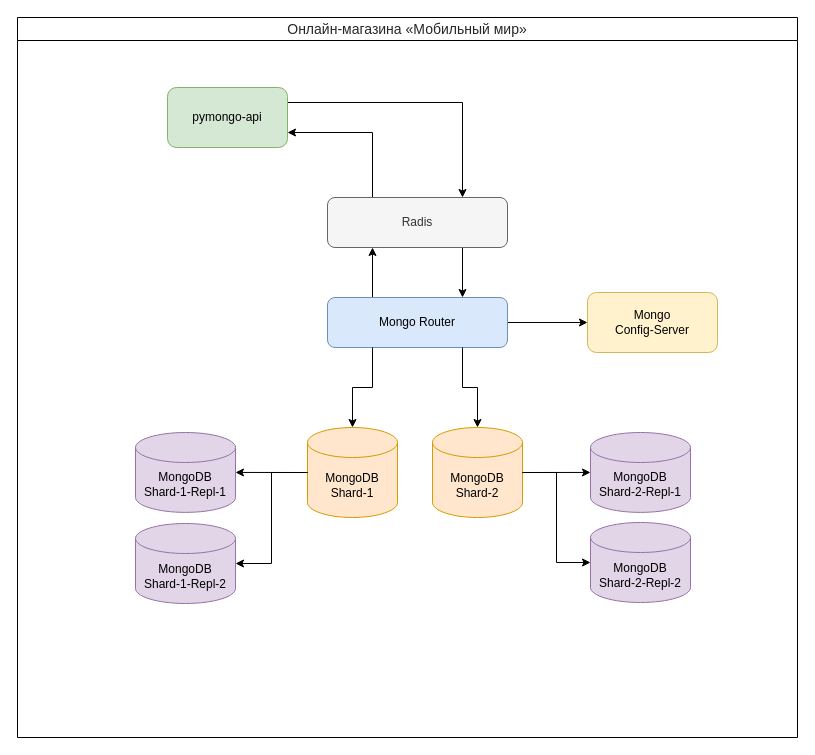
Earlier version of the draw.io diagram schemes/task1_step3.drawio (ai-rogachev/architecture-black_friday). Source tidied: cells renumbered, new cells numbered last; positions are measured from the earlier drawing's top-left corner, leaving out a move shared by most shapes. Both pictures are drawn from the tidied source at 100%, with x=0, y=0 at pixel (17, 17).
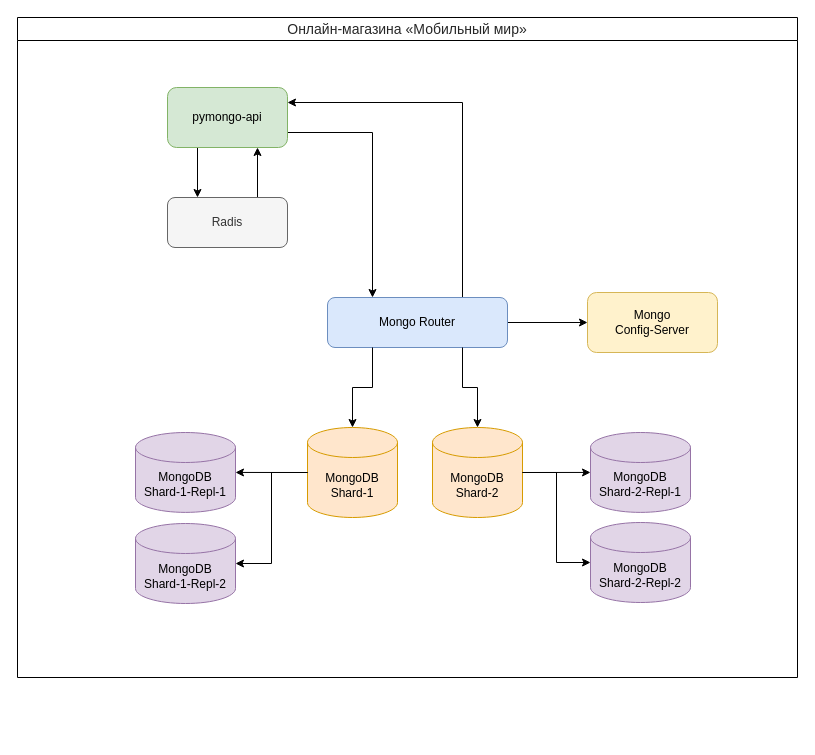
The same page after the edit.

Commit message (it also covers changes not shown here):
Task 4: update readme and fix scheme

Unchanged cells that the change refers to:
```xml
<mxCell id="5" value="pymongo-api" style="rounded=1;whiteSpace=wrap;html=1;fillColor=#d5e8d4;strokeColor=#82b366;" parent="2" vertex="1">
  <mxGeometry x="150" y="70" width="120" height="60" as="geometry" />
</mxCell>
<mxCell id="8" value="Mongo&amp;nbsp;&lt;span style=&quot;background-color: initial;&quot;&gt;Router&lt;/span&gt;" style="rounded=1;whiteSpace=wrap;html=1;fillColor=#dae8fc;strokeColor=#6c8ebf;" parent="2" vertex="1">
  <mxGeometry x="310" y="280" width="180" height="50" as="geometry" />
</mxCell>
```

The edit, as a diff of the source:
```diff
@@
     <mxCell id="2" value="&lt;span style=&quot;color: rgba(0, 0, 0, 0.85); font-weight: 400; text-align: start; white-space-collapse: preserve; background-color: rgb(255, 255, 255);&quot;&gt;&lt;font face=&quot;Helvetica&quot; style=&quot;font-size: 14px;&quot;&gt;Онлайн-магазина «Мобильный мир»&lt;/font&gt;&lt;/span&gt;" style="swimlane;whiteSpace=wrap;html=1;" parent="1" vertex="1">
-      <mxGeometry width="780" height="720" as="geometry" />
+      <mxGeometry width="780" height="660" as="geometry" />
     </mxCell>
@@
-    <mxCell id="4" style="edgeStyle=orthogonalEdgeStyle;rounded=0;jettySize=auto;html=1;exitX=1;exitY=0.25;exitDx=0;exitDy=0;entryX=0.75;entryY=0;entryDx=0;entryDy=0;" parent="2" edge="1" source="5" target="19">
+    <mxCell id="4" style="edgeStyle=orthogonalEdgeStyle;rounded=0;jettySize=auto;html=1;exitX=0.25;exitY=1;exitDx=0;exitDy=0;entryX=0.25;entryY=0;entryDx=0;entryDy=0;" parent="2" edge="1" source="5" target="19">
       <mxGeometry relative="1" as="geometry" />
     </mxCell>
+    <mxCell id="24" style="edgeStyle=orthogonalEdgeStyle;rounded=0;jettySize=auto;html=1;exitX=1;exitY=0.75;exitDx=0;exitDy=0;entryX=0.25;entryY=0;entryDx=0;entryDy=0;" parent="2" edge="1" source="5" target="8">
+      <mxGeometry relative="1" as="geometry" />
+    </mxCell>
@@
-    <mxCell id="7" style="edgeStyle=orthogonalEdgeStyle;rounded=0;jettySize=auto;html=1;exitX=0.25;exitY=0;exitDx=0;exitDy=0;entryX=0.25;entryY=1;entryDx=0;entryDy=0;" parent="2" edge="1" source="8" target="19">
-      <mxGeometry relative="1" as="geometry" />
-    </mxCell>
+    <mxCell id="25" style="edgeStyle=orthogonalEdgeStyle;rounded=0;jettySize=auto;html=1;exitX=0.75;exitY=0;exitDx=0;exitDy=0;entryX=1;entryY=0.25;entryDx=0;entryDy=0;" parent="2" edge="1" source="8" target="5">
+      <mxGeometry relative="1" as="geometry" />
+    </mxCell>
@@
-    <mxCell id="17" style="edgeStyle=orthogonalEdgeStyle;rounded=0;jettySize=auto;html=1;exitX=0.75;exitY=1;exitDx=0;exitDy=0;entryX=0.75;entryY=0;entryDx=0;entryDy=0;" parent="2" edge="1" source="19" target="8">
-      <mxGeometry relative="1" as="geometry" />
-    </mxCell>
-    <mxCell id="18" style="edgeStyle=orthogonalEdgeStyle;rounded=0;jettySize=auto;html=1;exitX=0.25;exitY=0;exitDx=0;exitDy=0;entryX=1;entryY=0.75;entryDx=0;entryDy=0;" parent="2" edge="1" source="19" target="5">
+    <mxCell id="18" style="edgeStyle=orthogonalEdgeStyle;rounded=0;jettySize=auto;html=1;exitX=0.75;exitY=0;exitDx=0;exitDy=0;entryX=0.75;entryY=1;entryDx=0;entryDy=0;" parent="2" edge="1" source="19" target="5">
       <mxGeometry relative="1" as="geometry" />
     </mxCell>
     <mxCell id="19" value="Radis" style="rounded=1;whiteSpace=wrap;html=1;fillColor=#f5f5f5;strokeColor=#666666;fontColor=#333333;" parent="2" vertex="1">
-      <mxGeometry x="310" y="180" width="180" height="50" as="geometry" />
+      <mxGeometry x="150" y="180" width="120" height="50" as="geometry" />
     </mxCell>
```
